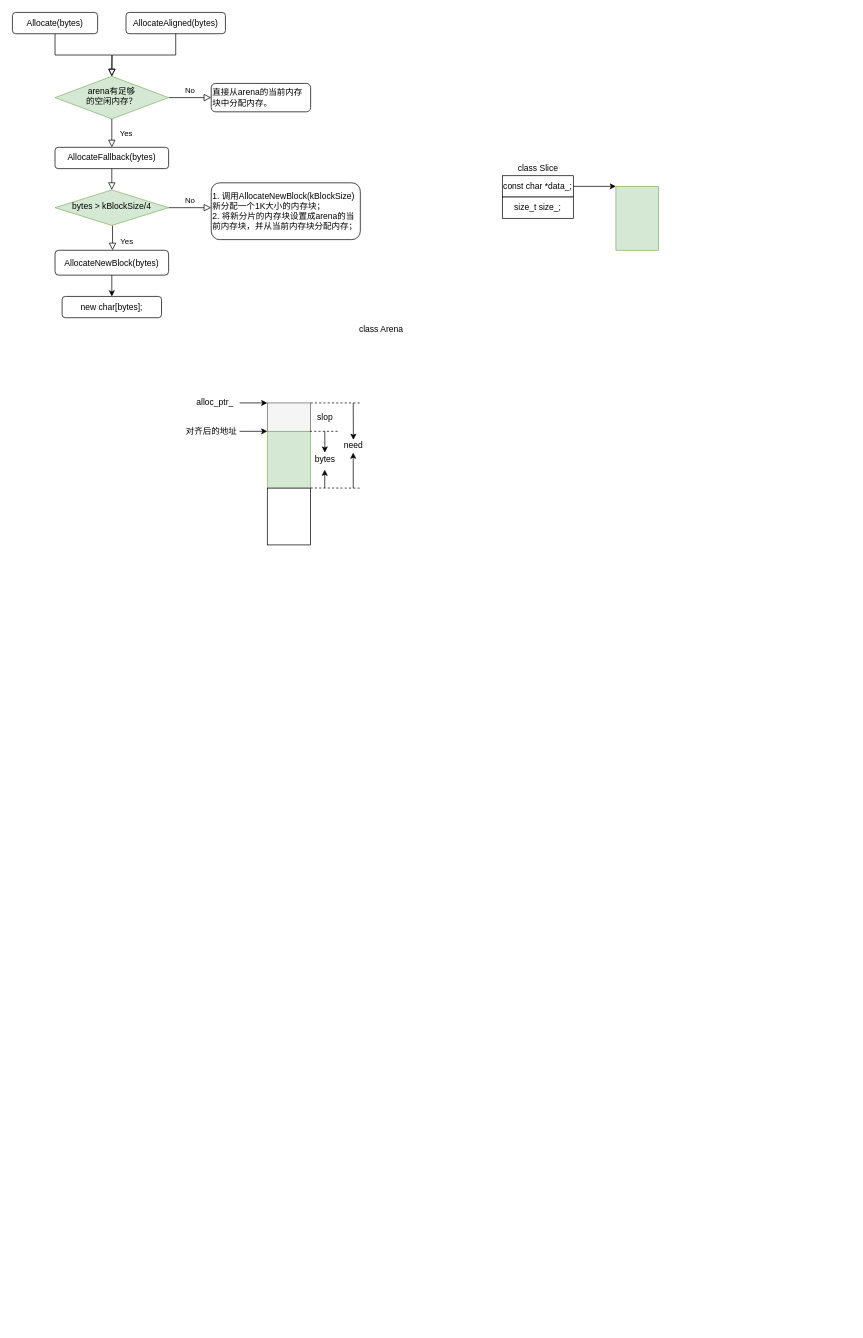
This is leveldb_arena.drawio from leonsimba/kv_cache, a draw.io file, before an edit. Source tidied: cells renumbered, new cells numbered last; positions are measured from the earlier drawing's top-left corner, leaving out a move shared by most shapes. Both pictures are drawn from the tidied source at 71%, with x=0, y=0 at pixel (12, 12).
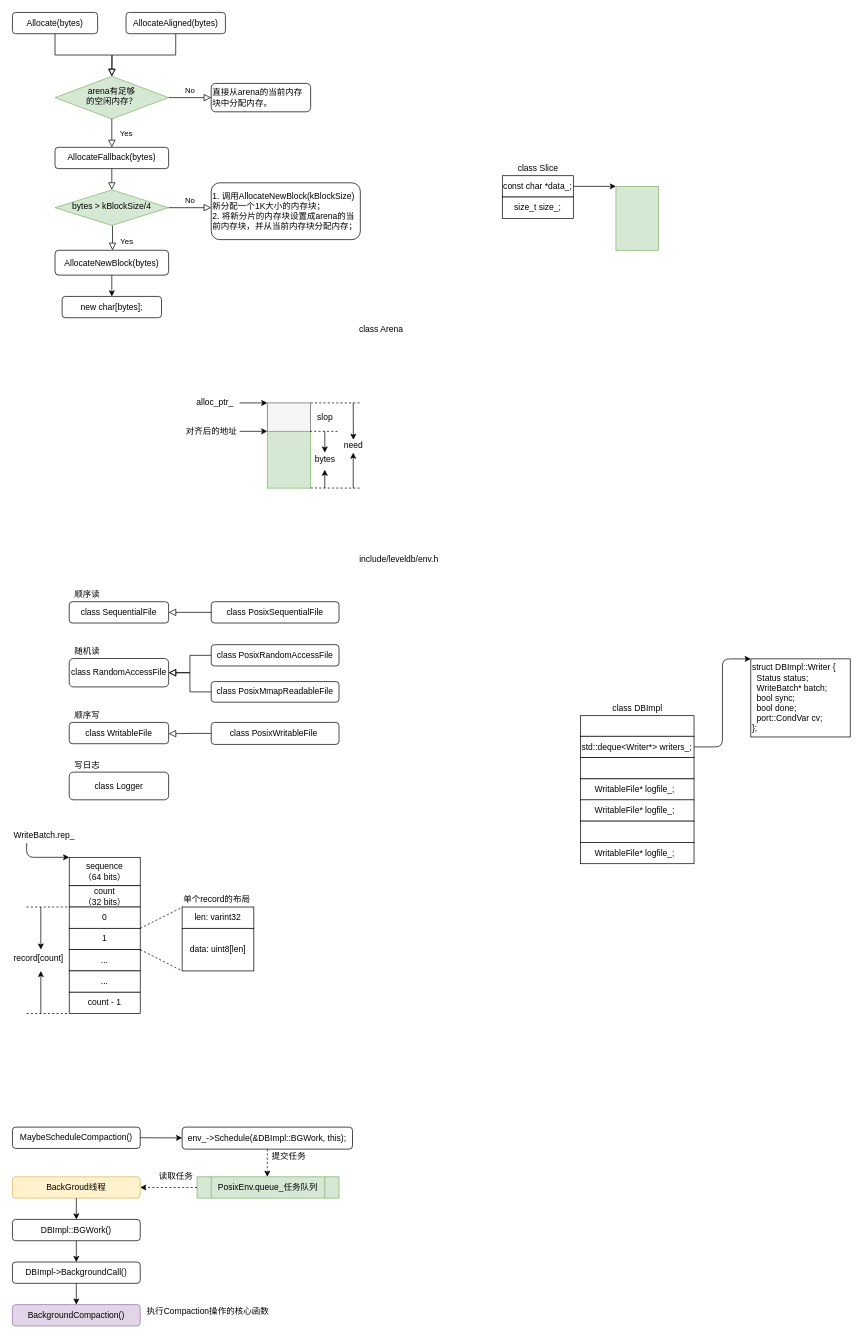
The same page after the edit.

The edit, as a diff of the source:
```diff
@@
-    <mxCell id="27" style="rounded=0;whiteSpace=wrap;html=1;" parent="1" vertex="1">
-      <mxGeometry x="359" y="670" width="61" height="80" as="geometry" />
+    <mxCell id="27" value="&lt;div style=&quot;&quot;&gt;struct DBImpl::Writer {&lt;br&gt;&lt;/div&gt;&lt;div style=&quot;&quot;&gt;&amp;nbsp; Status status;&lt;/div&gt;&lt;div style=&quot;&quot;&gt;&amp;nbsp; WriteBatch* batch;&lt;/div&gt;&lt;div style=&quot;&quot;&gt;&amp;nbsp; bool sync;&lt;/div&gt;&lt;div style=&quot;&quot;&gt;&amp;nbsp; bool done;&lt;/div&gt;&lt;div style=&quot;&quot;&gt;&amp;nbsp; port::CondVar cv;&lt;/div&gt;&lt;div style=&quot;&quot;&gt;};&lt;/div&gt;" style="rounded=0;whiteSpace=wrap;html=1;align=left;" parent="1" vertex="1">
+      <mxGeometry x="1040" y="910.5" width="140" height="110" as="geometry" />
     </mxCell>
@@
+    <mxCell id="42" value="class RandomAccessFile" style="rounded=1;whiteSpace=wrap;html=1;fontSize=12;glass=0;strokeWidth=1;shadow=0;" parent="1" vertex="1">
+      <mxGeometry x="80" y="910" width="140" height="40" as="geometry" />
+    </mxCell>
+    <mxCell id="43" value="class SequentialFile" style="rounded=1;whiteSpace=wrap;html=1;fontSize=12;glass=0;strokeWidth=1;shadow=0;" parent="1" vertex="1">
+      <mxGeometry x="80" y="830" width="140" height="30" as="geometry" />
+    </mxCell>
+    <mxCell id="44" value="顺序读" style="text;html=1;align=center;verticalAlign=middle;" parent="1" vertex="1">
+      <mxGeometry x="80" y="810" width="50" height="20" as="geometry" />
+    </mxCell>
+    <mxCell id="45" value="随机读" style="text;html=1;align=center;verticalAlign=middle;" parent="1" vertex="1">
+      <mxGeometry x="80" y="890" width="50" height="20" as="geometry" />
+    </mxCell>
+    <mxCell id="46" value="&lt;span&gt;class WritableFile&lt;/span&gt;" style="rounded=1;whiteSpace=wrap;html=1;fontSize=12;glass=0;strokeWidth=1;shadow=0;align=center;" parent="1" vertex="1">
+      <mxGeometry x="80" y="1000" width="140" height="30" as="geometry" />
+    </mxCell>
+    <mxCell id="47" value="顺序写" style="text;html=1;align=center;verticalAlign=middle;" parent="1" vertex="1">
+      <mxGeometry x="80" y="980" width="50" height="20" as="geometry" />
+    </mxCell>
+    <mxCell id="48" value="class Logger" style="rounded=1;whiteSpace=wrap;html=1;fontSize=12;glass=0;strokeWidth=1;shadow=0;" parent="1" vertex="1">
+      <mxGeometry x="80" y="1070" width="140" height="39" as="geometry" />
+    </mxCell>
+    <mxCell id="49" value="写日志" style="text;html=1;align=center;verticalAlign=middle;" parent="1" vertex="1">
+      <mxGeometry x="80" y="1050" width="50" height="20" as="geometry" />
+    </mxCell>
+    <mxCell id="50" value="include/leveldb/env.h" style="text;html=1;align=center;verticalAlign=middle;" parent="1" vertex="1">
+      <mxGeometry x="479" y="760" width="130" height="20" as="geometry" />
+    </mxCell>
+    <mxCell id="51" style="rounded=0;whiteSpace=wrap;html=1;" parent="1" vertex="1">
+      <mxGeometry x="800" y="990.5" width="160" height="29" as="geometry" />
+    </mxCell>
+    <mxCell id="52" value="class DBImpl" style="text;html=1;align=center;verticalAlign=middle;" parent="1" vertex="1">
+      <mxGeometry x="834.5" y="970.5" width="90" height="20" as="geometry" />
+    </mxCell>
+    <mxCell id="53" value="std::deque&amp;lt;Writer*&amp;gt; writers_;" style="rounded=0;whiteSpace=wrap;html=1;align=left;" parent="1" vertex="1">
+      <mxGeometry x="800" y="1019.5" width="160" height="30" as="geometry" />
+    </mxCell>
+    <mxCell id="54" value="&lt;div&gt;&lt;br&gt;&lt;/div&gt;" style="text;html=1;align=left;verticalAlign=middle;" parent="1" vertex="1">
+      <mxGeometry x="841" y="910.5" width="20" height="20" as="geometry" />
+    </mxCell>
+    <mxCell id="55" style="rounded=0;whiteSpace=wrap;html=1;align=left;" parent="1" vertex="1">
+      <mxGeometry x="800" y="1049.5" width="160" height="30" as="geometry" />
+    </mxCell>
+    <mxCell id="56" value="WritableFile* logfile_;&amp;nbsp;&amp;nbsp;" style="rounded=0;whiteSpace=wrap;html=1;align=center;" parent="1" vertex="1">
+      <mxGeometry x="800" y="1079.5" width="160" height="30" as="geometry" />
+    </mxCell>
+    <mxCell id="57" value="class PosixSequentialFile" style="rounded=1;whiteSpace=wrap;html=1;fontSize=12;glass=0;strokeWidth=1;shadow=0;" parent="1" vertex="1">
+      <mxGeometry x="280" y="830" width="180" height="30" as="geometry" />
+    </mxCell>
+    <mxCell id="58" value="class PosixRandomAccessFile" style="rounded=1;whiteSpace=wrap;html=1;fontSize=12;glass=0;strokeWidth=1;shadow=0;" parent="1" vertex="1">
+      <mxGeometry x="280" y="890.5" width="180" height="30" as="geometry" />
+    </mxCell>
+    <mxCell id="59" value="class PosixMmapReadableFile" style="rounded=1;whiteSpace=wrap;html=1;align=center;" parent="1" vertex="1">
+      <mxGeometry x="280" y="942.5" width="180" height="29" as="geometry" />
+    </mxCell>
+    <mxCell id="60" value="class PosixWritableFile&amp;nbsp;" style="rounded=1;whiteSpace=wrap;html=1;fontSize=12;glass=0;strokeWidth=1;shadow=0;" parent="1" vertex="1">
+      <mxGeometry x="280" y="1000" width="180" height="31" as="geometry" />
+    </mxCell>
+    <mxCell id="61" style="rounded=0;html=1;jettySize=auto;fontSize=11;endArrow=block;endFill=0;endSize=8;strokeWidth=1;shadow=0;labelBackgroundColor=none;edgeStyle=orthogonalEdgeStyle;entryX=1;entryY=0.5;entryDx=0;entryDy=0;exitX=0;exitY=0.5;exitDx=0;exitDy=0;" parent="1" edge="1" source="57" target="43">
+      <mxGeometry x="0.33" y="20" relative="1" as="geometry" />
+    </mxCell>
+    <mxCell id="62" style="rounded=0;html=1;jettySize=auto;fontSize=11;endArrow=block;endFill=0;endSize=8;strokeWidth=1;shadow=0;labelBackgroundColor=none;edgeStyle=orthogonalEdgeStyle;entryX=1;entryY=0.5;entryDx=0;entryDy=0;exitX=0;exitY=0.5;exitDx=0;exitDy=0;" parent="1" edge="1" source="58" target="42">
+      <mxGeometry x="0.33" y="20" relative="1" as="geometry" />
+    </mxCell>
+    <mxCell id="63" style="rounded=0;html=1;jettySize=auto;fontSize=11;endArrow=block;endFill=0;endSize=8;strokeWidth=1;shadow=0;labelBackgroundColor=none;edgeStyle=orthogonalEdgeStyle;exitX=0;exitY=0.5;exitDx=0;exitDy=0;" parent="1" edge="1" source="59">
+      <mxGeometry x="0.33" y="20" relative="1" as="geometry">
+        <mxPoint x="220" y="930" as="targetPoint" />
+        <Array as="points">
+          <mxPoint x="250" y="957" />
+          <mxPoint x="250" y="930" />
+        </Array>
+      </mxGeometry>
+    </mxCell>
+    <mxCell id="64" style="rounded=0;html=1;jettySize=auto;fontSize=11;endArrow=block;endFill=0;endSize=8;strokeWidth=1;shadow=0;labelBackgroundColor=none;edgeStyle=orthogonalEdgeStyle;exitX=0;exitY=0.5;exitDx=0;exitDy=0;" parent="1" edge="1" source="60">
+      <mxGeometry x="0.33" y="20" relative="1" as="geometry">
+        <mxPoint x="220" y="1016" as="targetPoint" />
+        <Array as="points">
+          <mxPoint x="250" y="1016" />
+        </Array>
+      </mxGeometry>
+    </mxCell>
+    <mxCell id="65" style="edgeStyle=elbowEdgeStyle;elbow=horizontal;endArrow=classic;html=1;exitX=1;exitY=0.5;exitDx=0;exitDy=0;" parent="1" edge="1" source="53">
+      <mxGeometry relative="1" as="geometry">
+        <mxPoint x="1040" y="910.5" as="targetPoint" />
+      </mxGeometry>
+    </mxCell>
+    <mxCell id="66" value="WritableFile* logfile_;&amp;nbsp;&amp;nbsp;" style="rounded=0;whiteSpace=wrap;html=1;align=center;" parent="1" vertex="1">
+      <mxGeometry x="800" y="1109" width="160" height="30" as="geometry" />
+    </mxCell>
+    <mxCell id="67" style="rounded=0;whiteSpace=wrap;html=1;align=left;" parent="1" vertex="1">
+      <mxGeometry x="800" y="1139" width="160" height="30" as="geometry" />
+    </mxCell>
+    <mxCell id="68" value="WritableFile* logfile_;&amp;nbsp;&amp;nbsp;" style="rounded=0;whiteSpace=wrap;html=1;align=center;" parent="1" vertex="1">
+      <mxGeometry x="800" y="1169" width="160" height="30" as="geometry" />
+    </mxCell>
+    <mxCell id="69" value="&lt;p&gt;sequence&lt;br&gt;（64 bits）&lt;/p&gt;" style="rounded=0;whiteSpace=wrap;html=1;align=center;" parent="1" vertex="1">
+      <mxGeometry x="80" y="1190" width="100" height="40" as="geometry" />
+    </mxCell>
+    <mxCell id="70" value="&lt;p&gt;count&lt;br&gt;（32 bits）&lt;/p&gt;" style="rounded=0;whiteSpace=wrap;html=1;align=center;" parent="1" vertex="1">
+      <mxGeometry x="80" y="1230" width="100" height="30" as="geometry" />
+    </mxCell>
+    <mxCell id="71" value="&lt;p&gt;0&lt;/p&gt;" style="rounded=0;whiteSpace=wrap;html=1;align=center;" parent="1" vertex="1">
+      <mxGeometry x="80" y="1260" width="100" height="30" as="geometry" />
+    </mxCell>
+    <mxCell id="72" value="&lt;p&gt;1&lt;/p&gt;" style="rounded=0;whiteSpace=wrap;html=1;align=center;" parent="1" vertex="1">
+      <mxGeometry x="80" y="1290" width="100" height="30" as="geometry" />
+    </mxCell>
+    <mxCell id="73" value="WriteBatch.rep_" style="text;html=1;align=left;verticalAlign=middle;" parent="1" vertex="1">
+      <mxGeometry y="1149" width="100" height="20" as="geometry" />
+    </mxCell>
+    <mxCell id="74" value="record[count]" style="text;html=1;align=left;verticalAlign=middle;" parent="1" vertex="1">
+      <mxGeometry y="1323" width="90" height="20" as="geometry" />
+    </mxCell>
+    <mxCell id="75" value="&lt;p&gt;...&lt;/p&gt;" style="rounded=0;whiteSpace=wrap;html=1;align=center;" parent="1" vertex="1">
+      <mxGeometry x="80" y="1320" width="100" height="30" as="geometry" />
+    </mxCell>
+    <mxCell id="76" value="&lt;p&gt;...&lt;/p&gt;" style="rounded=0;whiteSpace=wrap;html=1;align=center;" parent="1" vertex="1">
+      <mxGeometry x="80" y="1350" width="100" height="30" as="geometry" />
+    </mxCell>
+    <mxCell id="77" value="&lt;p&gt;count - 1&lt;/p&gt;" style="rounded=0;whiteSpace=wrap;html=1;align=center;" parent="1" vertex="1">
+      <mxGeometry x="80" y="1380" width="100" height="30" as="geometry" />
+    </mxCell>
+    <mxCell id="78" style="edgeStyle=segmentEdgeStyle;endArrow=classic;html=1;entryX=0;entryY=0;entryDx=0;entryDy=0;" parent="1" edge="1" target="69">
+      <mxGeometry relative="1" as="geometry">
+        <mxPoint x="20" y="1170" as="sourcePoint" />
+        <Array as="points">
+          <mxPoint x="20" y="1190" />
+        </Array>
+      </mxGeometry>
+    </mxCell>
+    <mxCell id="79" style="endArrow=none;dashed=1;html=1;entryX=0;entryY=0;entryDx=0;entryDy=0;" parent="1" edge="1" target="71">
+      <mxGeometry relative="1" as="geometry">
+        <mxPoint x="20" y="1260" as="sourcePoint" />
+      </mxGeometry>
+    </mxCell>
+    <mxCell id="80" style="endArrow=classic;html=1;" parent="1" edge="1">
+      <mxGeometry relative="1" as="geometry">
+        <mxPoint x="40" y="1260" as="sourcePoint" />
+        <mxPoint x="40" y="1320" as="targetPoint" />
+      </mxGeometry>
+    </mxCell>
+    <mxCell id="81" style="endArrow=none;dashed=1;html=1;entryX=0;entryY=0;entryDx=0;entryDy=0;" parent="1" edge="1">
+      <mxGeometry relative="1" as="geometry">
+        <mxPoint x="20" y="1410" as="sourcePoint" />
+        <mxPoint x="80" y="1410" as="targetPoint" />
+      </mxGeometry>
+    </mxCell>
+    <mxCell id="82" style="endArrow=classic;html=1;" parent="1" edge="1">
+      <mxGeometry relative="1" as="geometry">
+        <mxPoint x="40" y="1410" as="sourcePoint" />
+        <mxPoint x="40" y="1350" as="targetPoint" />
+      </mxGeometry>
+    </mxCell>
+    <mxCell id="83" style="endArrow=none;dashed=1;html=1;exitX=1;exitY=0;exitDx=0;exitDy=0;" parent="1" edge="1" source="72">
+      <mxGeometry relative="1" as="geometry">
+        <mxPoint x="240" y="1260" as="targetPoint" />
+      </mxGeometry>
+    </mxCell>
+    <mxCell id="84" value="len: varint32" style="rounded=0;whiteSpace=wrap;html=1;align=center;" parent="1" vertex="1">
+      <mxGeometry x="239" y="1260" width="101" height="30" as="geometry" />
+    </mxCell>
+    <mxCell id="85" value="data: uint8[len]" style="rounded=0;whiteSpace=wrap;html=1;align=center;" parent="1" vertex="1">
+      <mxGeometry x="239" y="1290" width="101" height="60" as="geometry" />
+    </mxCell>
+    <mxCell id="86" style="endArrow=none;dashed=1;html=1;exitX=1;exitY=0;exitDx=0;exitDy=0;entryX=0;entryY=1;entryDx=0;entryDy=0;" parent="1" edge="1" source="75" target="85">
+      <mxGeometry relative="1" as="geometry" />
+    </mxCell>
+    <mxCell id="87" value="单个record的布局" style="text;html=1;align=left;verticalAlign=middle;" parent="1" vertex="1">
+      <mxGeometry x="239" y="1240" width="110" height="20" as="geometry" />
+    </mxCell>
+    <mxCell id="88" value="MaybeScheduleCompaction()" style="rounded=1;whiteSpace=wrap;html=1;fontSize=12;glass=0;strokeWidth=1;shadow=0;" parent="1" vertex="1">
+      <mxGeometry y="1570" width="180" height="30" as="geometry" />
+    </mxCell>
+    <mxCell id="89" value="env_-&amp;gt;Schedule(&amp;amp;DBImpl::BGWork, this);" style="rounded=1;whiteSpace=wrap;html=1;fontSize=12;glass=0;strokeWidth=1;shadow=0;" parent="1" vertex="1">
+      <mxGeometry x="239" y="1570" width="240" height="31" as="geometry" />
+    </mxCell>
+    <mxCell id="90" style="endArrow=classic;html=1;exitX=1;exitY=0.5;exitDx=0;exitDy=0;" parent="1" edge="1" source="88" target="89">
+      <mxGeometry relative="1" as="geometry" />
+    </mxCell>
+    <mxCell id="91" style="endArrow=classic;html=1;exitX=0.5;exitY=1;exitDx=0;exitDy=0;dashed=1;" parent="1" edge="1" source="89">
+      <mxGeometry relative="1" as="geometry">
+        <mxPoint x="359" y="1640" as="targetPoint" />
+      </mxGeometry>
+    </mxCell>
+    <mxCell id="92" value="PosixEnv.queue_任务队列" style="shape=process;whiteSpace=wrap;html=1;backgroundOutline=1;align=center;fillColor=#d5e8d4;strokeColor=#82b366;" parent="1" vertex="1">
+      <mxGeometry x="260" y="1640" width="200" height="30" as="geometry" />
+    </mxCell>
+    <mxCell id="93" value="BackGroud线程" style="rounded=1;whiteSpace=wrap;html=1;fontSize=12;glass=0;strokeWidth=1;shadow=0;fillColor=#fff2cc;strokeColor=#d6b656;" parent="1" vertex="1">
+      <mxGeometry y="1640" width="180" height="30" as="geometry" />
+    </mxCell>
+    <mxCell id="94" value="DBImpl::BGWork()" style="rounded=1;whiteSpace=wrap;html=1;fontSize=12;glass=0;strokeWidth=1;shadow=0;" parent="1" vertex="1">
+      <mxGeometry y="1700" width="180" height="30" as="geometry" />
+    </mxCell>
+    <mxCell id="95" value="提交任务" style="text;html=1;align=center;verticalAlign=middle;" parent="1" vertex="1">
+      <mxGeometry x="359" y="1601" width="60" height="20" as="geometry" />
+    </mxCell>
+    <mxCell id="96" style="endArrow=classic;html=1;exitX=0;exitY=0.5;exitDx=0;exitDy=0;entryX=1;entryY=0.5;entryDx=0;entryDy=0;dashed=1;" parent="1" edge="1" source="92" target="93">
+      <mxGeometry relative="1" as="geometry" />
+    </mxCell>
+    <mxCell id="97" value="读取任务" style="text;html=1;align=center;verticalAlign=middle;" parent="1" vertex="1">
+      <mxGeometry x="200" y="1630" width="60" height="20" as="geometry" />
+    </mxCell>
+    <mxCell id="98" value="DBImpl-&amp;gt;BackgroundCall()" style="rounded=1;whiteSpace=wrap;html=1;fontSize=12;glass=0;strokeWidth=1;shadow=0;" parent="1" vertex="1">
+      <mxGeometry y="1760" width="180" height="30" as="geometry" />
+    </mxCell>
+    <mxCell id="99" style="endArrow=classic;html=1;exitX=0.5;exitY=1;exitDx=0;exitDy=0;" parent="1" edge="1" source="93" target="94">
+      <mxGeometry relative="1" as="geometry" />
+    </mxCell>
+    <mxCell id="100" style="endArrow=classic;html=1;exitX=0.5;exitY=1;exitDx=0;exitDy=0;" parent="1" edge="1" source="94" target="98">
+      <mxGeometry relative="1" as="geometry" />
+    </mxCell>
+    <mxCell id="101" value="执行Compaction操作的核心函数" style="text;html=1;align=center;verticalAlign=middle;" parent="1" vertex="1">
+      <mxGeometry x="180" y="1820" width="190" height="20" as="geometry" />
+    </mxCell>
+    <mxCell id="102" value="BackgroundCompaction()" style="rounded=1;whiteSpace=wrap;html=1;fontSize=12;glass=0;strokeWidth=1;shadow=0;fillColor=#e1d5e7;strokeColor=#9673a6;" parent="1" vertex="1">
+      <mxGeometry y="1820" width="180" height="30" as="geometry" />
+    </mxCell>
+    <mxCell id="103" style="endArrow=classic;html=1;" parent="1" edge="1" target="102">
+      <mxGeometry relative="1" as="geometry">
+        <mxPoint x="90" y="1790" as="sourcePoint" />
+      </mxGeometry>
+    </mxCell>
```
